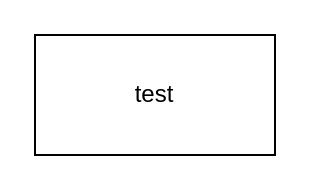
osrk/test keeps this draw.io diagram as sample.drawio. Above is the earlier version. Source tidied: cells renumbered, new cells numbered last; positions are measured from the earlier drawing's top-left corner, leaving out a move shared by most shapes. Both pictures are drawn from the tidied source at 200%, with x=0, y=0 at pixel (34, 34).
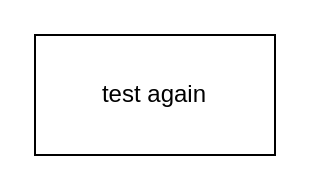
Above is the later version.

Change to the diagram source:
```diff
@@
 <mxGraphModel>
   <root>
     <mxCell id="0" />
     <mxCell id="1" parent="0" />
-    <mxCell id="2" value="test" style="rounded=0;whiteSpace=wrap;html=1;" parent="1" vertex="1">
+    <mxCell id="2" value="test again" style="rounded=0;whiteSpace=wrap;html=1;" parent="1" vertex="1">
       <mxGeometry width="120" height="60" as="geometry" />
     </mxCell>
   </root>
 </mxGraphModel>
```
